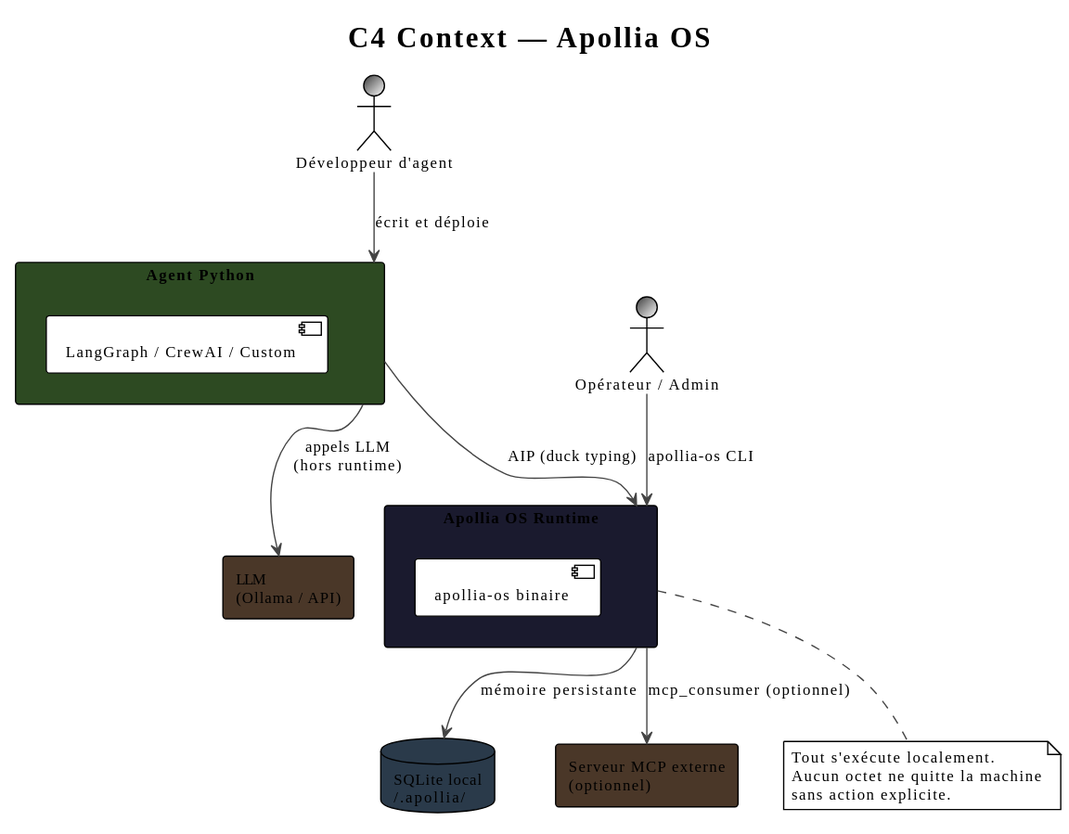
Before: book/src/architecture/diagrams/c4-context-runtime.svg, a diagram exported from PlantUML (nidal-z/apollia-os).
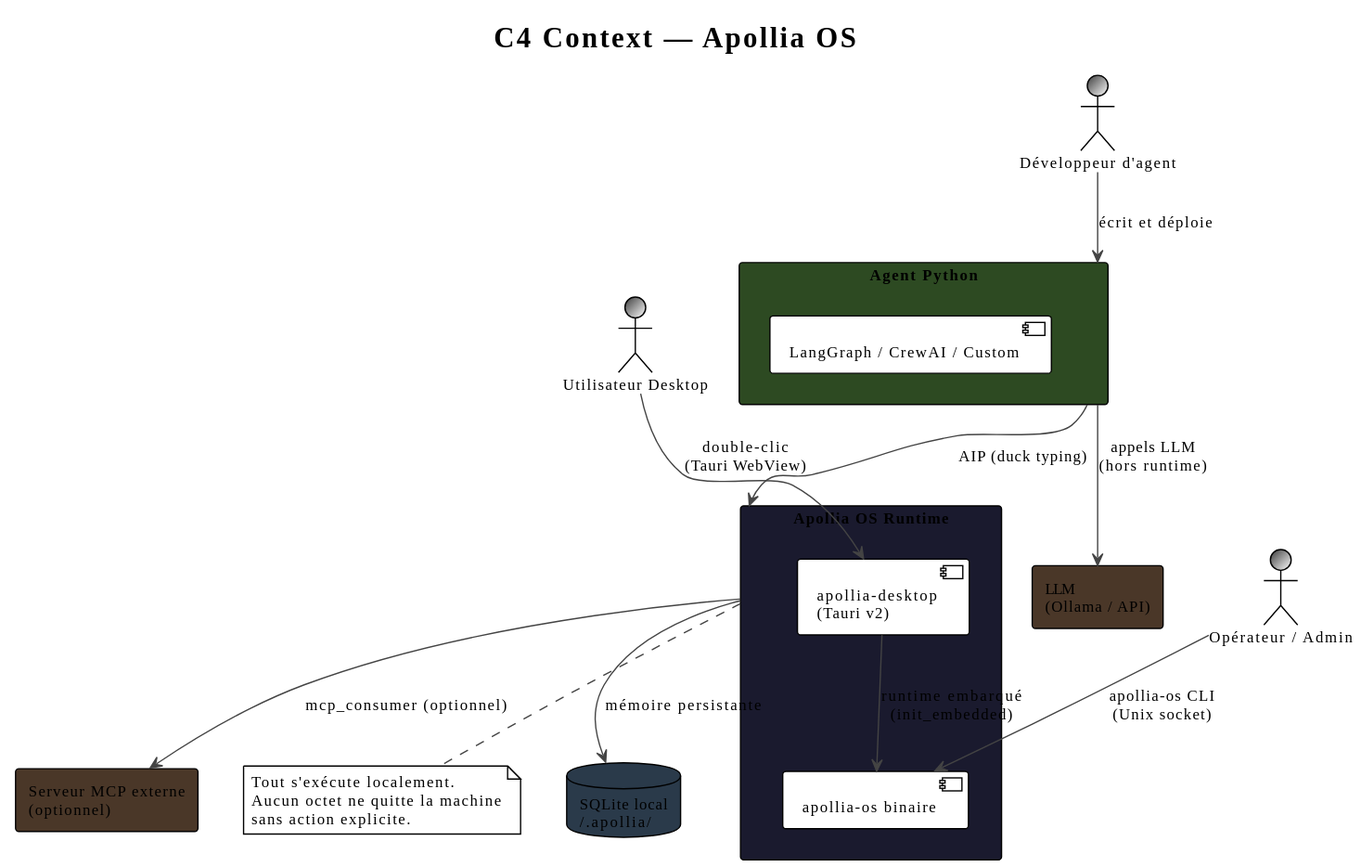
The same diagram one commit later.

What changed in the source:
```diff
@@ -10,9 +10,11 @@
 
 actor "Développeur d'agent" as dev #3a3a3a/white
 actor "Opérateur / Admin" as ops #3a3a3a/white
+actor "Utilisateur Desktop" as desktop_user #3a3a3a/white
 
 rectangle "Apollia OS Runtime" as runtime #1a1a2e {
   component "apollia-os binaire" as bin
+  component "apollia-desktop\n(Tauri v2)" as desktop
 }
 
 rectangle "Agent Python" as agent #2d4a22 {
@@ -24,7 +26,9 @@
 rectangle "LLM\n(Ollama / API)" as llm #4a3728
 
 dev --> agent : écrit et déploie
-ops --> runtime : apollia-os CLI
+ops --> bin : apollia-os CLI\n(Unix socket)
+desktop_user --> desktop : double-clic\n(Tauri WebView)
+desktop --> bin : runtime embarqué\n(init_embedded)
 agent --> runtime : AIP (duck typing)
 runtime --> sqlite : mémoire persistante
 runtime --> mcp : mcp_consumer (optionnel)
```
